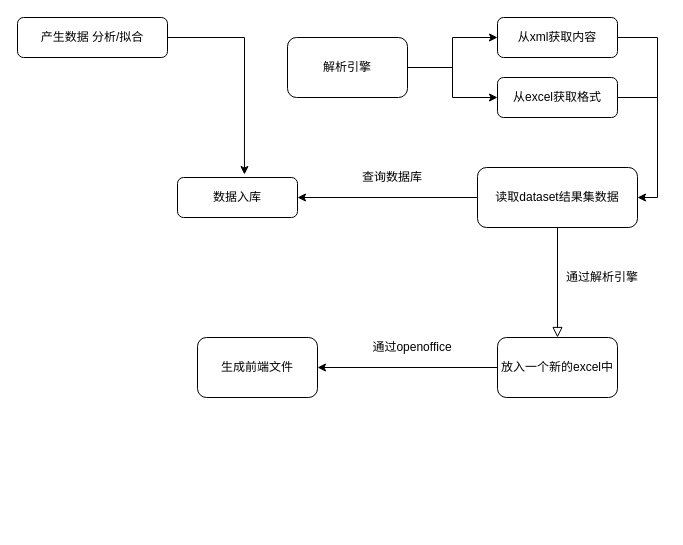
qq626928331/hello-world keeps this draw.io diagram as Untitled Diagram.drawio. Above is the earlier version. Source tidied: cells renumbered, new cells numbered last; positions are measured from the earlier drawing's top-left corner, leaving out a move shared by most shapes. Both pictures are drawn from the tidied source at 100%, with x=0, y=0 at pixel (17, 17).
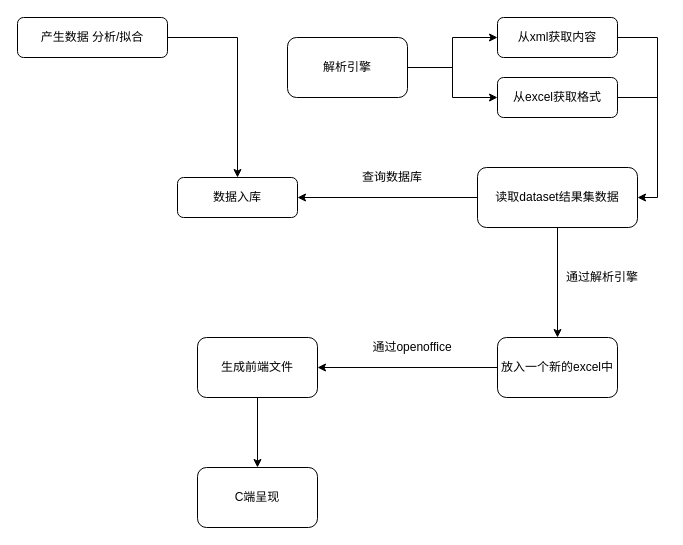
Above is the later version.

Unchanged cells that the change refers to:
```xml
<mxCell id="3" value="产生数据 分析/拟合" style="rounded=1;whiteSpace=wrap;html=1;fontSize=12;glass=0;strokeWidth=1;shadow=0;" parent="1" vertex="1">
  <mxGeometry width="150" height="40" as="geometry" />
</mxCell>
<mxCell id="4" value="数据入库" style="rounded=1;whiteSpace=wrap;html=1;" parent="1" vertex="1">
  <mxGeometry x="160" y="160" width="120" height="40" as="geometry" />
</mxCell>
<mxCell id="6" value="读取dataset结果集数据" style="rounded=1;whiteSpace=wrap;html=1;" parent="1" vertex="1">
  <mxGeometry x="460" y="150" width="160" height="60" as="geometry" />
</mxCell>
<mxCell id="16" value="放入一个新的excel中" style="rounded=1;whiteSpace=wrap;html=1;" parent="1" vertex="1">
  <mxGeometry x="480" y="320" width="120" height="60" as="geometry" />
</mxCell>
<mxCell id="17" value="生成前端文件" style="rounded=1;whiteSpace=wrap;html=1;" parent="1" vertex="1">
  <mxGeometry x="180" y="320" width="120" height="60" as="geometry" />
</mxCell>
```

What changed in the source:
```diff
@@
-    <mxCell id="2" style="edgeStyle=orthogonalEdgeStyle;rounded=0;jettySize=auto;html=1;entryX=0.558;entryY=-0.075;entryDx=0;entryDy=0;entryPerimeter=0;" parent="1" edge="1" source="3" target="4">
+    <mxCell id="2" style="edgeStyle=orthogonalEdgeStyle;rounded=0;jettySize=auto;html=1;entryX=0.5;entryY=0;entryDx=0;entryDy=0;" parent="1" edge="1" source="3" target="4">
       <mxGeometry relative="1" as="geometry" />
     </mxCell>
@@
+    <mxCell id="14" style="edgeStyle=orthogonalEdgeStyle;rounded=0;jettySize=auto;html=1;" parent="1" edge="1" source="6" target="16">
+      <mxGeometry relative="1" as="geometry" />
+    </mxCell>
@@
-    <mxCell id="14" style="rounded=0;html=1;jettySize=auto;fontSize=11;endArrow=block;endFill=0;endSize=8;strokeWidth=1;shadow=0;labelBackgroundColor=none;edgeStyle=orthogonalEdgeStyle;exitX=0.5;exitY=1;exitDx=0;exitDy=0;entryX=0.5;entryY=0;entryDx=0;entryDy=0;" parent="1" edge="1" source="6" target="16">
-      <mxGeometry relative="1" as="geometry" />
-    </mxCell>
@@
+    <mxCell id="22" style="edgeStyle=orthogonalEdgeStyle;rounded=0;jettySize=auto;html=1;" parent="1" edge="1" source="17" target="23">
+      <mxGeometry relative="1" as="geometry" />
+    </mxCell>
@@
     <mxCell id="18" value="通过openoffice" style="text;html=1;strokeColor=none;fillColor=none;align=center;verticalAlign=middle;whiteSpace=wrap;rounded=0;" parent="1" vertex="1">
-      <mxGeometry x="320" y="320" width="150" height="20" as="geometry" />
+      <mxGeometry x="340" y="320" width="110" height="20" as="geometry" />
     </mxCell>
@@
+    <mxCell id="23" value="C端呈现" style="rounded=1;whiteSpace=wrap;html=1;" parent="1" vertex="1">
+      <mxGeometry x="180" y="450" width="120" height="60" as="geometry" />
+    </mxCell>
```
